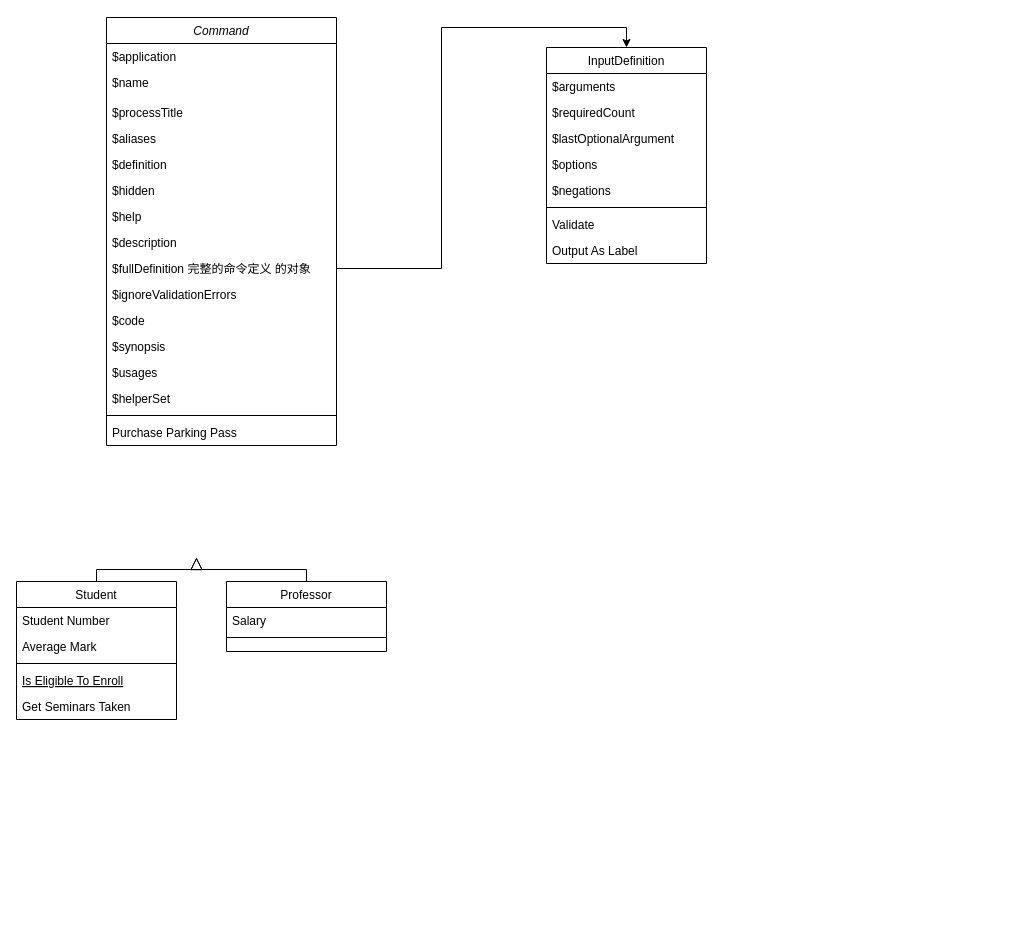
The draw.io diagram draw.io/lumen/未命名绘图.drawio in liaoque/php-old-project, before the edit. Source tidied: cells renumbered, new cells numbered last; positions are measured from the earlier drawing's top-left corner, leaving out a move shared by most shapes. Both pictures are drawn from the tidied source at 100%, with x=0, y=0 at pixel (16, 17).
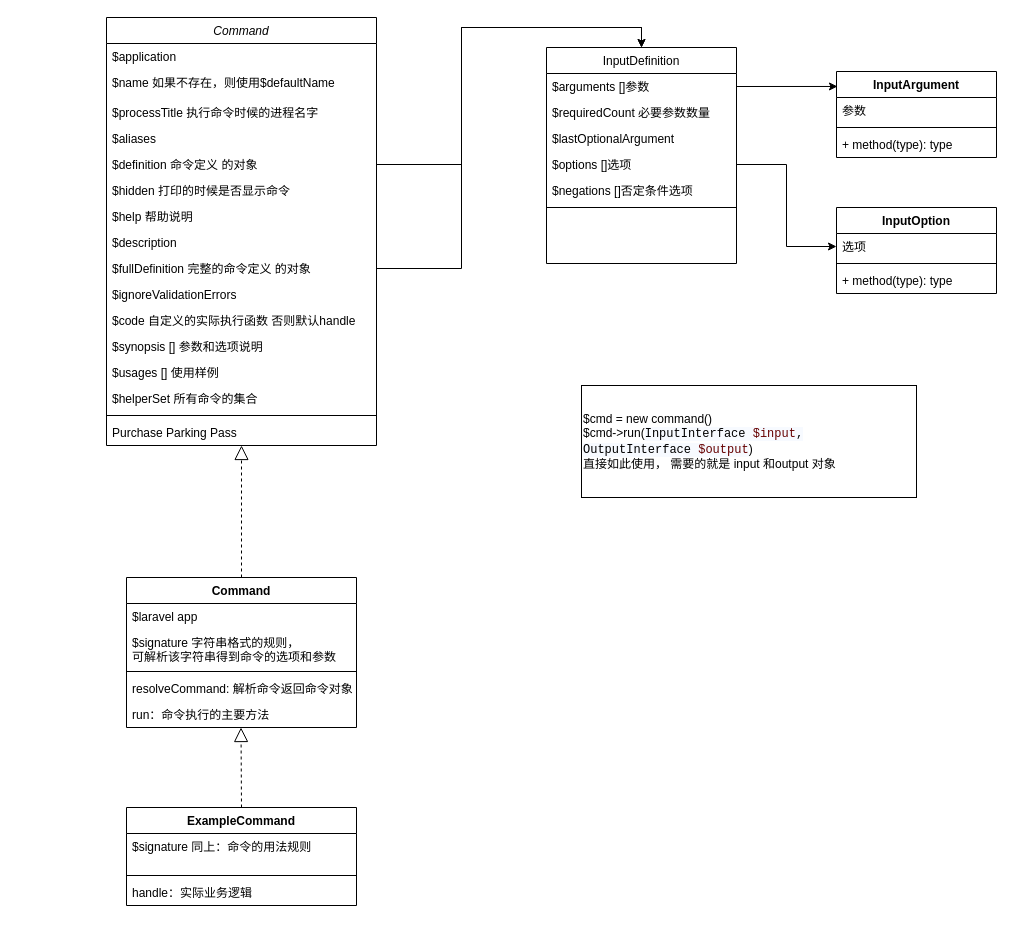
Above is the later version.

Commit message:
更新未命名绘图.drawio

The edit, as a diff of the source:
```diff
@@
     <mxCell id="2" value="Command" style="swimlane;fontStyle=2;align=center;verticalAlign=top;horizontal=1;startSize=26;rounded=0;shadow=0;strokeWidth=1;" parent="1" vertex="1">
-      <mxGeometry x="90" width="230" height="428" as="geometry" />
+      <mxGeometry x="90" width="270" height="428" as="geometry" />
     </mxCell>
     <mxCell id="3" value="$application" style="text;align=left;verticalAlign=top;spacingLeft=4;spacingRight=4;overflow=hidden;" parent="2" vertex="1">
-      <mxGeometry y="26" width="230" height="26" as="geometry" />
+      <mxGeometry y="26" width="270" height="26" as="geometry" />
     </mxCell>
-    <mxCell id="4" value="$name" style="text;align=left;verticalAlign=top;spacingLeft=4;spacingRight=4;overflow=hidden;rounded=0;shadow=0;html=0;" parent="2" vertex="1">
-      <mxGeometry y="52" width="230" height="30" as="geometry" />
+    <mxCell id="4" value="$name 如果不存在，则使用$defaultName" style="text;align=left;verticalAlign=top;spacingLeft=4;spacingRight=4;overflow=hidden;rounded=0;shadow=0;html=0;" parent="2" vertex="1">
+      <mxGeometry y="52" width="270" height="30" as="geometry" />
     </mxCell>
-    <mxCell id="5" value="$processTitle" style="text;align=left;verticalAlign=top;spacingLeft=4;spacingRight=4;overflow=hidden;rounded=0;shadow=0;html=0;" parent="2" vertex="1">
-      <mxGeometry y="82" width="230" height="26" as="geometry" />
+    <mxCell id="5" value="$processTitle 执行命令时候的进程名字" style="text;align=left;verticalAlign=top;spacingLeft=4;spacingRight=4;overflow=hidden;rounded=0;shadow=0;html=0;" parent="2" vertex="1">
+      <mxGeometry y="82" width="270" height="26" as="geometry" />
     </mxCell>
     <mxCell id="6" value="$aliases" style="text;align=left;verticalAlign=top;spacingLeft=4;spacingRight=4;overflow=hidden;rounded=0;shadow=0;html=0;" parent="2" vertex="1">
-      <mxGeometry y="108" width="230" height="26" as="geometry" />
+      <mxGeometry y="108" width="270" height="26" as="geometry" />
     </mxCell>
-    <mxCell id="7" value="$definition" style="text;align=left;verticalAlign=top;spacingLeft=4;spacingRight=4;overflow=hidden;points=[[0,0.5],[1,0.5]];portConstraint=eastwest;rounded=0;shadow=0;html=0;" parent="2" vertex="1">
-      <mxGeometry y="134" width="230" height="26" as="geometry" />
+    <mxCell id="7" value="$definition 命令定义 的对象" style="text;align=left;verticalAlign=top;spacingLeft=4;spacingRight=4;overflow=hidden;points=[[0,0.5],[1,0.5]];portConstraint=eastwest;rounded=0;shadow=0;html=0;" parent="2" vertex="1">
+      <mxGeometry y="134" width="270" height="26" as="geometry" />
     </mxCell>
-    <mxCell id="8" value="$hidden" style="text;align=left;verticalAlign=top;spacingLeft=4;spacingRight=4;overflow=hidden;rounded=0;shadow=0;html=0;" parent="2" vertex="1">
-      <mxGeometry y="160" width="230" height="26" as="geometry" />
+    <mxCell id="8" value="$hidden 打印的时候是否显示命令" style="text;align=left;verticalAlign=top;spacingLeft=4;spacingRight=4;overflow=hidden;rounded=0;shadow=0;html=0;" parent="2" vertex="1">
+      <mxGeometry y="160" width="270" height="26" as="geometry" />
     </mxCell>
-    <mxCell id="9" value="$help" style="text;align=left;verticalAlign=top;spacingLeft=4;spacingRight=4;overflow=hidden;rounded=0;shadow=0;html=0;" parent="2" vertex="1">
-      <mxGeometry y="186" width="230" height="26" as="geometry" />
+    <mxCell id="9" value="$help 帮助说明" style="text;align=left;verticalAlign=top;spacingLeft=4;spacingRight=4;overflow=hidden;rounded=0;shadow=0;html=0;" parent="2" vertex="1">
+      <mxGeometry y="186" width="270" height="26" as="geometry" />
     </mxCell>
     <mxCell id="10" value="$description" style="text;align=left;verticalAlign=top;spacingLeft=4;spacingRight=4;overflow=hidden;rounded=0;shadow=0;html=0;" parent="2" vertex="1">
-      <mxGeometry y="212" width="230" height="26" as="geometry" />
+      <mxGeometry y="212" width="270" height="26" as="geometry" />
     </mxCell>
     <mxCell id="11" value="$fullDefinition 完整的命令定义 的对象" style="text;align=left;verticalAlign=top;spacingLeft=4;spacingRight=4;overflow=hidden;points=[[0,0.5],[1,0.5]];portConstraint=eastwest;rounded=0;shadow=0;html=0;" parent="2" vertex="1">
-      <mxGeometry y="238" width="230" height="26" as="geometry" />
+      <mxGeometry y="238" width="270" height="26" as="geometry" />
     </mxCell>
     <mxCell id="12" value="$ignoreValidationErrors" style="text;align=left;verticalAlign=top;spacingLeft=4;spacingRight=4;overflow=hidden;rounded=0;shadow=0;html=0;" parent="2" vertex="1">
-      <mxGeometry y="264" width="230" height="26" as="geometry" />
+      <mxGeometry y="264" width="270" height="26" as="geometry" />
     </mxCell>
-    <mxCell id="13" value="$code" style="text;align=left;verticalAlign=top;spacingLeft=4;spacingRight=4;overflow=hidden;rounded=0;shadow=0;html=0;" parent="2" vertex="1">
-      <mxGeometry y="290" width="230" height="26" as="geometry" />
+    <mxCell id="13" value="$code 自定义的实际执行函数 否则默认handle" style="text;align=left;verticalAlign=top;spacingLeft=4;spacingRight=4;overflow=hidden;rounded=0;shadow=0;html=0;" parent="2" vertex="1">
+      <mxGeometry y="290" width="270" height="26" as="geometry" />
     </mxCell>
-    <mxCell id="14" value="$synopsis" style="text;align=left;verticalAlign=top;spacingLeft=4;spacingRight=4;overflow=hidden;rounded=0;shadow=0;html=0;" parent="2" vertex="1">
-      <mxGeometry y="316" width="230" height="26" as="geometry" />
+    <mxCell id="14" value="$synopsis [] 参数和选项说明" style="text;align=left;verticalAlign=top;spacingLeft=4;spacingRight=4;overflow=hidden;rounded=0;shadow=0;html=0;" parent="2" vertex="1">
+      <mxGeometry y="316" width="270" height="26" as="geometry" />
     </mxCell>
-    <mxCell id="15" value="$usages" style="text;align=left;verticalAlign=top;spacingLeft=4;spacingRight=4;overflow=hidden;rounded=0;shadow=0;html=0;" parent="2" vertex="1">
-      <mxGeometry y="342" width="230" height="26" as="geometry" />
+    <mxCell id="15" value="$usages [] 使用样例" style="text;align=left;verticalAlign=top;spacingLeft=4;spacingRight=4;overflow=hidden;rounded=0;shadow=0;html=0;" parent="2" vertex="1">
+      <mxGeometry y="342" width="270" height="26" as="geometry" />
     </mxCell>
-    <mxCell id="16" value="$helperSet" style="text;align=left;verticalAlign=top;spacingLeft=4;spacingRight=4;overflow=hidden;rounded=0;shadow=0;html=0;" parent="2" vertex="1">
-      <mxGeometry y="368" width="230" height="26" as="geometry" />
+    <mxCell id="16" value="$helperSet 所有命令的集合" style="text;align=left;verticalAlign=top;spacingLeft=4;spacingRight=4;overflow=hidden;rounded=0;shadow=0;html=0;" parent="2" vertex="1">
+      <mxGeometry y="368" width="270" height="26" as="geometry" />
     </mxCell>
     <mxCell id="17" style="line;html=1;strokeWidth=1;align=left;verticalAlign=middle;spacingTop=-1;spacingLeft=3;spacingRight=3;labelPosition=right;" parent="2" vertex="1">
-      <mxGeometry y="394" width="230" height="8" as="geometry" />
+      <mxGeometry y="394" width="270" height="8" as="geometry" />
     </mxCell>
     <mxCell id="18" value="Purchase Parking Pass" style="text;align=left;verticalAlign=top;spacingLeft=4;spacingRight=4;overflow=hidden;points=[[0,0.5],[1,0.5]];portConstraint=eastwest;" parent="2" vertex="1">
-      <mxGeometry y="402" width="230" height="26" as="geometry" />
+      <mxGeometry y="402" width="270" height="26" as="geometry" />
     </mxCell>
-    <mxCell id="19" value="Student" style="swimlane;fontStyle=0;align=center;verticalAlign=top;horizontal=1;startSize=26;rounded=0;shadow=0;strokeWidth=1;" parent="1" vertex="1">
-      <mxGeometry y="564" width="160" height="138" as="geometry" />
-    </mxCell>
-    <mxCell id="20" value="Student Number" style="text;align=left;verticalAlign=top;spacingLeft=4;spacingRight=4;overflow=hidden;" parent="19" vertex="1">
-      <mxGeometry y="26" width="160" height="26" as="geometry" />
-    </mxCell>
-    <mxCell id="21" value="Average Mark" style="text;align=left;verticalAlign=top;spacingLeft=4;spacingRight=4;overflow=hidden;rounded=0;shadow=0;html=0;" parent="19" vertex="1">
-      <mxGeometry y="52" width="160" height="26" as="geometry" />
-    </mxCell>
-    <mxCell id="22" style="line;html=1;strokeWidth=1;align=left;verticalAlign=middle;spacingTop=-1;spacingLeft=3;spacingRight=3;labelPosition=right;" parent="19" vertex="1">
-      <mxGeometry y="78" width="160" height="8" as="geometry" />
-    </mxCell>
-    <mxCell id="23" value="Is Eligible To Enroll" style="text;align=left;verticalAlign=top;spacingLeft=4;spacingRight=4;overflow=hidden;fontStyle=4;" parent="19" vertex="1">
-      <mxGeometry y="86" width="160" height="26" as="geometry" />
-    </mxCell>
-    <mxCell id="24" value="Get Seminars Taken" style="text;align=left;verticalAlign=top;spacingLeft=4;spacingRight=4;overflow=hidden;" parent="19" vertex="1">
-      <mxGeometry y="112" width="160" height="26" as="geometry" />
-    </mxCell>
-    <mxCell id="25" style="endArrow=block;endSize=10;endFill=0;shadow=0;strokeWidth=1;rounded=0;edgeStyle=elbowEdgeStyle;elbow=vertical;" parent="1" edge="1" source="19">
-      <mxGeometry relative="1" as="geometry">
-        <mxPoint x="180" y="540" as="targetPoint" />
-      </mxGeometry>
-    </mxCell>
-    <mxCell id="26" value="Professor" style="swimlane;fontStyle=0;align=center;verticalAlign=top;horizontal=1;startSize=26;rounded=0;shadow=0;strokeWidth=1;" parent="1" vertex="1">
-      <mxGeometry x="210" y="564" width="160" height="70" as="geometry" />
-    </mxCell>
-    <mxCell id="27" value="Salary" style="text;align=left;verticalAlign=top;spacingLeft=4;spacingRight=4;overflow=hidden;" parent="26" vertex="1">
-      <mxGeometry y="26" width="160" height="26" as="geometry" />
-    </mxCell>
-    <mxCell id="28" style="line;html=1;strokeWidth=1;align=left;verticalAlign=middle;spacingTop=-1;spacingLeft=3;spacingRight=3;labelPosition=right;" parent="26" vertex="1">
-      <mxGeometry y="52" width="160" height="8" as="geometry" />
-    </mxCell>
-    <mxCell id="29" style="endArrow=block;endSize=10;endFill=0;shadow=0;strokeWidth=1;rounded=0;edgeStyle=elbowEdgeStyle;elbow=vertical;" parent="1" edge="1" source="26">
-      <mxGeometry relative="1" as="geometry">
-        <mxPoint x="180" y="540" as="targetPoint" />
-      </mxGeometry>
-    </mxCell>
     <mxCell id="30" value="InputDefinition" style="swimlane;fontStyle=0;align=center;verticalAlign=top;horizontal=1;startSize=26;rounded=0;shadow=0;strokeWidth=1;" parent="1" vertex="1">
-      <mxGeometry x="530" y="30" width="160" height="216" as="geometry" />
+      <mxGeometry x="530" y="30" width="190" height="216" as="geometry" />
     </mxCell>
-    <mxCell id="31" value="$arguments" style="text;align=left;verticalAlign=top;spacingLeft=4;spacingRight=4;overflow=hidden;points=[[0,0.5],[1,0.5]];portConstraint=eastwest;" parent="30" vertex="1">
-      <mxGeometry y="26" width="160" height="26" as="geometry" />
+    <mxCell id="31" value="$arguments []参数" style="text;align=left;verticalAlign=top;spacingLeft=4;spacingRight=4;overflow=hidden;points=[[0,0.5],[1,0.5]];portConstraint=eastwest;" parent="30" vertex="1">
+      <mxGeometry y="26" width="190" height="26" as="geometry" />
     </mxCell>
-    <mxCell id="32" value="$requiredCount" style="text;align=left;verticalAlign=top;spacingLeft=4;spacingRight=4;overflow=hidden;rounded=0;shadow=0;html=0;" parent="30" vertex="1">
-      <mxGeometry y="52" width="160" height="26" as="geometry" />
+    <mxCell id="32" value="$requiredCount 必要参数数量" style="text;align=left;verticalAlign=top;spacingLeft=4;spacingRight=4;overflow=hidden;rounded=0;shadow=0;html=0;" parent="30" vertex="1">
+      <mxGeometry y="52" width="190" height="26" as="geometry" />
     </mxCell>
     <mxCell id="33" value="$lastOptionalArgument" style="text;align=left;verticalAlign=top;spacingLeft=4;spacingRight=4;overflow=hidden;rounded=0;shadow=0;html=0;" parent="30" vertex="1">
-      <mxGeometry y="78" width="160" height="26" as="geometry" />
+      <mxGeometry y="78" width="190" height="26" as="geometry" />
     </mxCell>
-    <mxCell id="34" value="$options" style="text;align=left;verticalAlign=top;spacingLeft=4;spacingRight=4;overflow=hidden;points=[[0,0.5],[1,0.5]];portConstraint=eastwest;rounded=0;shadow=0;html=0;" parent="30" vertex="1">
-      <mxGeometry y="104" width="160" height="26" as="geometry" />
+    <mxCell id="34" value="$options []选项" style="text;align=left;verticalAlign=top;spacingLeft=4;spacingRight=4;overflow=hidden;points=[[0,0.5],[1,0.5]];portConstraint=eastwest;rounded=0;shadow=0;html=0;" parent="30" vertex="1">
+      <mxGeometry y="104" width="190" height="26" as="geometry" />
     </mxCell>
-    <mxCell id="35" value="$negations" style="text;align=left;verticalAlign=top;spacingLeft=4;spacingRight=4;overflow=hidden;rounded=0;shadow=0;html=0;" parent="30" vertex="1">
-      <mxGeometry y="130" width="160" height="26" as="geometry" />
+    <mxCell id="35" value="$negations []否定条件选项" style="text;align=left;verticalAlign=top;spacingLeft=4;spacingRight=4;overflow=hidden;rounded=0;shadow=0;html=0;" parent="30" vertex="1">
+      <mxGeometry y="130" width="190" height="26" as="geometry" />
     </mxCell>
     <mxCell id="36" style="line;html=1;strokeWidth=1;align=left;verticalAlign=middle;spacingTop=-1;spacingLeft=3;spacingRight=3;labelPosition=right;" parent="30" vertex="1">
-      <mxGeometry y="156" width="160" height="8" as="geometry" />
+      <mxGeometry y="156" width="190" height="8" as="geometry" />
     </mxCell>
-    <mxCell id="37" value="Validate" style="text;align=left;verticalAlign=top;spacingLeft=4;spacingRight=4;overflow=hidden;" parent="30" vertex="1">
-      <mxGeometry y="164" width="160" height="26" as="geometry" />
-    </mxCell>
-    <mxCell id="38" value="Output As Label" style="text;align=left;verticalAlign=top;spacingLeft=4;spacingRight=4;overflow=hidden;" parent="30" vertex="1">
-      <mxGeometry y="190" width="160" height="26" as="geometry" />
-    </mxCell>
-    <mxCell id="39" style="edgeStyle=orthogonalEdgeStyle;rounded=0;jettySize=auto;html=1;exitX=1;exitY=0.5;exitDx=0;exitDy=0;entryX=0.5;entryY=0;entryDx=0;entryDy=0;" parent="1" edge="1" source="11" target="30">
+    <mxCell id="39" style="edgeStyle=orthogonalEdgeStyle;rounded=0;jettySize=auto;html=1;exitX=1;exitY=0.5;exitDx=0;exitDy=0;entryX=0.5;entryY=0;entryDx=0;entryDy=0;" parent="1" edge="1" source="7" target="30">
       <mxGeometry relative="1" as="geometry" />
     </mxCell>
+    <mxCell id="40" value="InputOption" style="swimlane;fontStyle=1;align=center;verticalAlign=top;horizontal=1;startSize=26;" parent="1" vertex="1">
+      <mxGeometry x="820" y="190" width="160" height="86" as="geometry" />
+    </mxCell>
+    <mxCell id="41" value="选项" style="text;strokeColor=none;fillColor=none;align=left;verticalAlign=top;spacingLeft=4;spacingRight=4;overflow=hidden;points=[[0,0.5],[1,0.5]];portConstraint=eastwest;" parent="40" vertex="1">
+      <mxGeometry y="26" width="160" height="26" as="geometry" />
+    </mxCell>
+    <mxCell id="42" style="line;strokeWidth=1;fillColor=none;align=left;verticalAlign=middle;spacingTop=-1;spacingLeft=3;spacingRight=3;labelPosition=right;" parent="40" vertex="1">
+      <mxGeometry y="52" width="160" height="8" as="geometry" />
+    </mxCell>
+    <mxCell id="43" value="+ method(type): type" style="text;strokeColor=none;fillColor=none;align=left;verticalAlign=top;spacingLeft=4;spacingRight=4;overflow=hidden;" parent="40" vertex="1">
+      <mxGeometry y="60" width="160" height="26" as="geometry" />
+    </mxCell>
+    <mxCell id="44" value="InputArgument" style="swimlane;fontStyle=1;align=center;verticalAlign=top;horizontal=1;startSize=26;" parent="1" vertex="1">
+      <mxGeometry x="820" y="54" width="160" height="86" as="geometry" />
+    </mxCell>
+    <mxCell id="45" value="参数" style="text;strokeColor=none;fillColor=none;align=left;verticalAlign=top;spacingLeft=4;spacingRight=4;overflow=hidden;" parent="44" vertex="1">
+      <mxGeometry y="26" width="160" height="26" as="geometry" />
+    </mxCell>
+    <mxCell id="46" style="line;strokeWidth=1;fillColor=none;align=left;verticalAlign=middle;spacingTop=-1;spacingLeft=3;spacingRight=3;labelPosition=right;" parent="44" vertex="1">
+      <mxGeometry y="52" width="160" height="8" as="geometry" />
+    </mxCell>
+    <mxCell id="47" value="+ method(type): type" style="text;strokeColor=none;fillColor=none;align=left;verticalAlign=top;spacingLeft=4;spacingRight=4;overflow=hidden;" parent="44" vertex="1">
+      <mxGeometry y="60" width="160" height="26" as="geometry" />
+    </mxCell>
+    <mxCell id="48" style="edgeStyle=orthogonalEdgeStyle;rounded=0;jettySize=auto;html=1;exitX=1;exitY=0.5;exitDx=0;exitDy=0;" parent="1" edge="1" source="34" target="41">
+      <mxGeometry relative="1" as="geometry" />
+    </mxCell>
+    <mxCell id="49" style="edgeStyle=orthogonalEdgeStyle;rounded=0;jettySize=auto;html=1;exitX=1;exitY=0.5;exitDx=0;exitDy=0;entryX=0.5;entryY=0;entryDx=0;entryDy=0;" parent="1" edge="1" source="11" target="30">
+      <mxGeometry relative="1" as="geometry" />
+    </mxCell>
+    <mxCell id="50" style="endArrow=block;dashed=1;endFill=0;endSize=12;html=1;rounded=0;exitX=0.5;exitY=0;exitDx=0;exitDy=0;" parent="1" edge="1" source="51" target="18">
+      <mxGeometry relative="1" as="geometry" />
+    </mxCell>
+    <mxCell id="51" value="Command" style="swimlane;fontStyle=1;align=center;verticalAlign=top;horizontal=1;startSize=26;" parent="1" vertex="1">
+      <mxGeometry x="110" y="560" width="230" height="150" as="geometry" />
+    </mxCell>
+    <mxCell id="52" value="$laravel app" style="text;strokeColor=none;fillColor=none;align=left;verticalAlign=top;spacingLeft=4;spacingRight=4;overflow=hidden;" parent="51" vertex="1">
+      <mxGeometry y="26" width="230" height="26" as="geometry" />
+    </mxCell>
+    <mxCell id="53" value="$signature 字符串格式的规则，&#10;可解析该字符串得到命令的选项和参数" style="text;strokeColor=none;fillColor=none;align=left;verticalAlign=top;spacingLeft=4;spacingRight=4;overflow=hidden;" parent="51" vertex="1">
+      <mxGeometry y="52" width="230" height="38" as="geometry" />
+    </mxCell>
+    <mxCell id="54" style="line;strokeWidth=1;fillColor=none;align=left;verticalAlign=middle;spacingTop=-1;spacingLeft=3;spacingRight=3;labelPosition=right;" parent="51" vertex="1">
+      <mxGeometry y="90" width="230" height="8" as="geometry" />
+    </mxCell>
+    <mxCell id="55" value="resolveCommand: 解析命令返回命令对象" style="text;strokeColor=none;fillColor=none;align=left;verticalAlign=top;spacingLeft=4;spacingRight=4;overflow=hidden;" parent="51" vertex="1">
+      <mxGeometry y="98" width="230" height="26" as="geometry" />
+    </mxCell>
+    <mxCell id="56" value="run：命令执行的主要方法" style="text;strokeColor=none;fillColor=none;align=left;verticalAlign=top;spacingLeft=4;spacingRight=4;overflow=hidden;" parent="51" vertex="1">
+      <mxGeometry y="124" width="230" height="26" as="geometry" />
+    </mxCell>
+    <mxCell id="57" value="ExampleCommand" style="swimlane;fontStyle=1;align=center;verticalAlign=top;horizontal=1;startSize=26;" parent="1" vertex="1">
+      <mxGeometry x="110" y="790" width="230" height="98" as="geometry" />
+    </mxCell>
+    <mxCell id="58" value="$signature 同上：命令的用法规则" style="text;strokeColor=none;fillColor=none;align=left;verticalAlign=top;spacingLeft=4;spacingRight=4;overflow=hidden;" parent="57" vertex="1">
+      <mxGeometry y="26" width="230" height="38" as="geometry" />
+    </mxCell>
+    <mxCell id="59" style="line;strokeWidth=1;fillColor=none;align=left;verticalAlign=middle;spacingTop=-1;spacingLeft=3;spacingRight=3;labelPosition=right;" parent="57" vertex="1">
+      <mxGeometry y="64" width="230" height="8" as="geometry" />
+    </mxCell>
+    <mxCell id="60" value="handle：实际业务逻辑" style="text;strokeColor=none;fillColor=none;align=left;verticalAlign=top;spacingLeft=4;spacingRight=4;overflow=hidden;" parent="57" vertex="1">
+      <mxGeometry y="72" width="230" height="26" as="geometry" />
+    </mxCell>
+    <mxCell id="61" style="endArrow=block;dashed=1;endFill=0;endSize=12;html=1;rounded=0;exitX=0.5;exitY=0;exitDx=0;exitDy=0;" parent="1" edge="1" source="57">
+      <mxGeometry relative="1" as="geometry">
+        <mxPoint x="224.5" y="710" as="targetPoint" />
+      </mxGeometry>
+    </mxCell>
+    <mxCell id="62" style="edgeStyle=orthogonalEdgeStyle;rounded=0;jettySize=auto;html=1;exitX=1;exitY=0.5;exitDx=0;exitDy=0;entryX=0.006;entryY=0.174;entryDx=0;entryDy=0;entryPerimeter=0;" parent="1" edge="1" source="31" target="44">
+      <mxGeometry relative="1" as="geometry" />
+    </mxCell>
+    <mxCell id="63" value="$cmd = new command()&lt;br&gt;$cmd-&amp;gt;run(&lt;span style=&quot;font-family: &amp;#34;jetbrains mono&amp;#34; , monospace ; font-size: 9pt ; background-color: rgb(247 , 250 , 255)&quot;&gt;InputInterface &lt;/span&gt;&lt;span style=&quot;font-family: &amp;#34;jetbrains mono&amp;#34; , monospace ; font-size: 9pt ; color: rgb(102 , 0 , 0) ; background-color: rgb(247 , 250 , 255)&quot;&gt;$input&lt;/span&gt;&lt;span style=&quot;color: rgb(8 , 8 , 8) ; font-family: &amp;#34;jetbrains mono&amp;#34; , monospace ; font-size: 9pt ; background-color: rgb(247 , 250 , 255)&quot;&gt;, &lt;/span&gt;&lt;span style=&quot;font-family: &amp;#34;jetbrains mono&amp;#34; , monospace ; font-size: 9pt ; background-color: rgb(247 , 250 , 255)&quot;&gt;OutputInterface &lt;/span&gt;&lt;span style=&quot;font-family: &amp;#34;jetbrains mono&amp;#34; , monospace ; font-size: 9pt ; color: rgb(102 , 0 , 0) ; background-color: rgb(247 , 250 , 255)&quot;&gt;$output&lt;/span&gt;&lt;span&gt;)&lt;br&gt;直接如此使用， 需要的就是 input 和output 对象&lt;br&gt;&lt;/span&gt;" style="rounded=0;whiteSpace=wrap;html=1;align=left;" parent="1" vertex="1">
+      <mxGeometry x="565" y="368" width="335" height="112" as="geometry" />
+    </mxCell>
```
